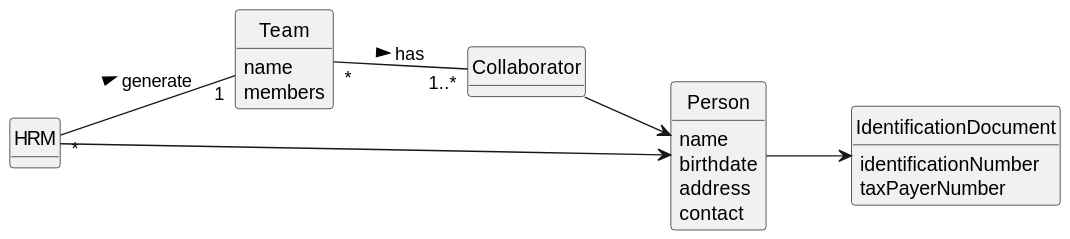
This is docs/sprintA/us005/02.analysis/svg/us005-domain-model.svg from ricardomm7/leaflink, a PlantUML export, as it was before one commit.
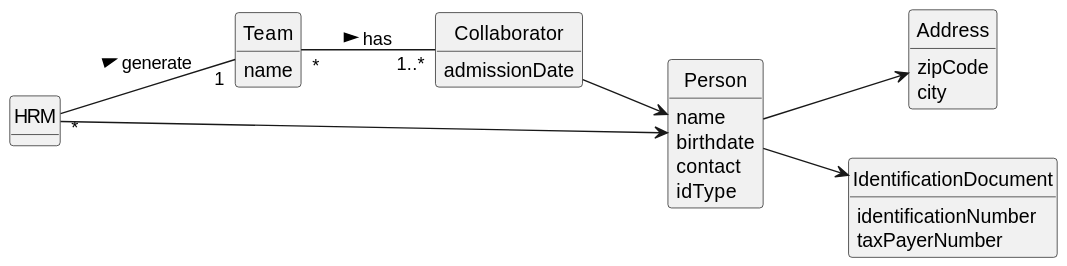
After the change.

Commit message:
LFC2-82 <Project domain model updates.>

The edit, as a diff of the source:
```diff
@@ -13,15 +13,22 @@
 
 class Team {
   name
-  members
 }
 
 class Person {
     name
     birthdate
-    address
     contact
+    idType
+}
 
+class Address{
+    zipCode
+    city
+}
+
+class Collaborator{
+    admissionDate
 }
 
 class IdentificationDocument{
@@ -31,6 +38,7 @@
 
 HRM "*" -- "1" Team: generate   >
 HRM  -->  Person
+Person --> Address
 Collaborator  -->  Person
 Person  -->  IdentificationDocument
 Team "*" -- "1..*" Collaborator : has >
```
